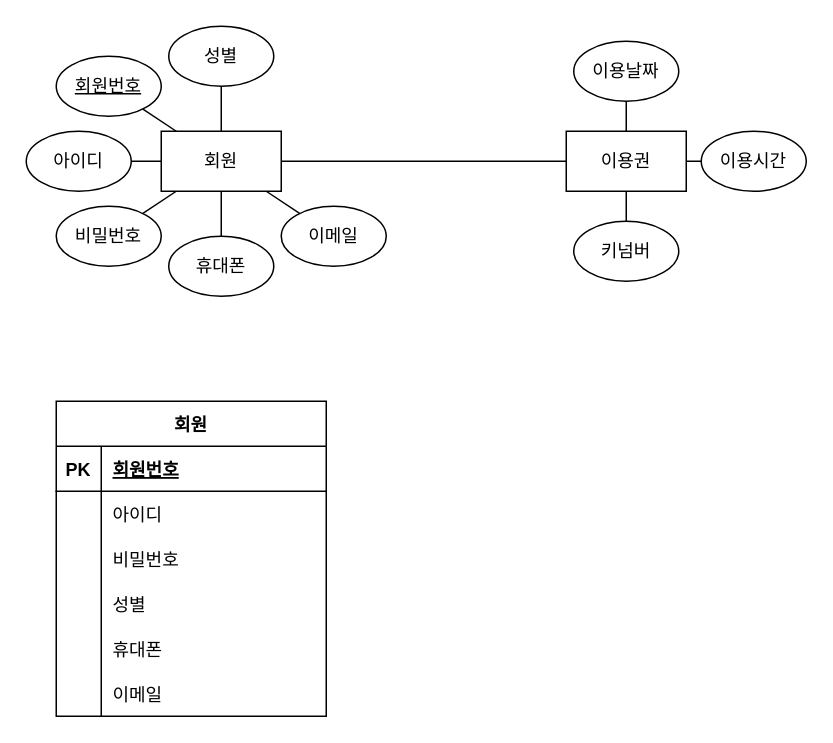
The draw.io diagram jstudy/src/db/제목 없는 다이어그램.drawio in woo00/java, before the edit. Source tidied: cells renumbered, new cells numbered last; positions are measured from the earlier drawing's top-left corner, leaving out a move shared by most shapes. Both pictures are drawn from the tidied source at 150%, with x=0, y=0 at pixel (26, 26).
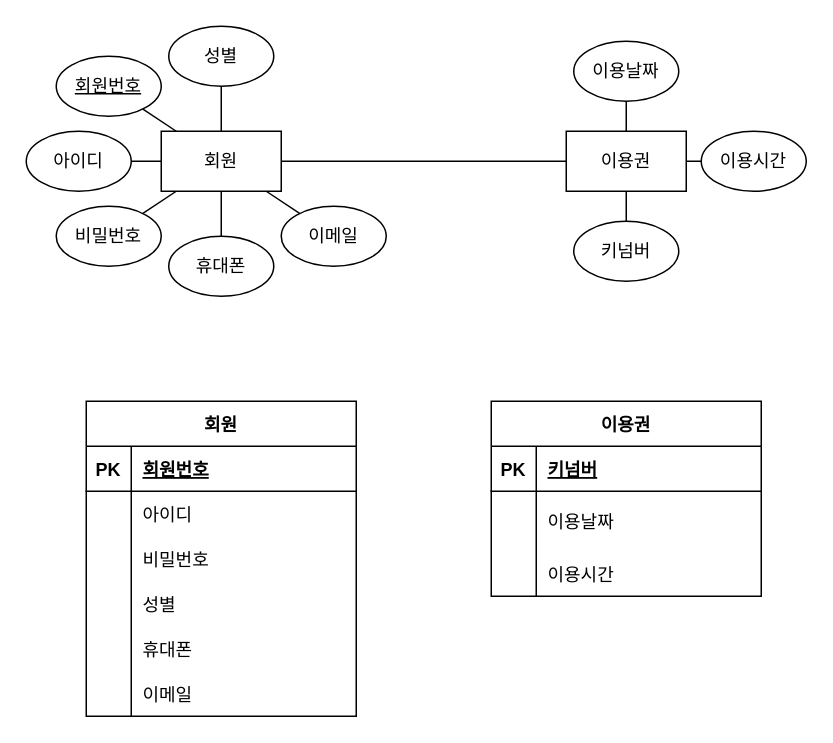
The same diagram, later.

Commit message:
제목 없는 다이어그램.drawio 업데이트

Change to the diagram source:
```diff
@@
     <mxCell id="23" value="회원" style="shape=table;startSize=30;childLayout=tableLayout;rowLines=0;fontStyle=1;align=center;" parent="1" vertex="1">
-      <mxGeometry x="20" y="250" width="180" height="210" as="geometry" />
+      <mxGeometry x="40" y="250" width="180" height="210" as="geometry" />
     </mxCell>
@@
+    <mxCell id="42" value="이용권" style="shape=table;startSize=30;childLayout=tableLayout;rowLines=0;fontStyle=1;align=center;" parent="1" vertex="1">
+      <mxGeometry x="310" y="250" width="180" height="130" as="geometry" />
+    </mxCell>
+    <mxCell id="43" style="shape=tableRow;horizontal=0;startSize=0;swimlaneHead=0;swimlaneBody=0;fillColor=none;top=0;left=0;right=0;bottom=1;" parent="42" vertex="1">
+      <mxGeometry y="30" width="180" height="30" as="geometry" />
+    </mxCell>
+    <mxCell id="44" value="PK" style="shape=partialRectangle;fillColor=none;top=0;left=0;bottom=0;right=0;fontStyle=1;overflow=hidden;" parent="43" vertex="1">
+      <mxGeometry width="30" height="30" as="geometry" />
+    </mxCell>
+    <mxCell id="45" value="키넘버" style="shape=partialRectangle;fillColor=none;top=0;left=0;bottom=0;right=0;align=left;spacingLeft=6;fontStyle=5;overflow=hidden;" parent="43" vertex="1">
+      <mxGeometry x="30" width="150" height="30" as="geometry" />
+    </mxCell>
+    <mxCell id="46" style="shape=tableRow;horizontal=0;startSize=0;swimlaneHead=0;swimlaneBody=0;fillColor=none;top=0;left=0;right=0;bottom=0;" parent="42" vertex="1">
+      <mxGeometry y="60" width="180" height="40" as="geometry" />
+    </mxCell>
+    <mxCell id="47" style="shape=partialRectangle;fillColor=none;top=0;left=0;bottom=0;right=0;overflow=hidden;" parent="46" vertex="1">
+      <mxGeometry width="30" height="40" as="geometry" />
+    </mxCell>
+    <mxCell id="48" value="이용날짜" style="shape=partialRectangle;fillColor=none;top=0;left=0;bottom=0;right=0;align=left;spacingLeft=6;overflow=hidden;" parent="46" vertex="1">
+      <mxGeometry x="30" width="150" height="40" as="geometry" />
+    </mxCell>
+    <mxCell id="49" style="shape=tableRow;horizontal=0;startSize=0;swimlaneHead=0;swimlaneBody=0;fillColor=none;top=0;left=0;right=0;bottom=0;" parent="42" vertex="1">
+      <mxGeometry y="100" width="180" height="30" as="geometry" />
+    </mxCell>
+    <mxCell id="50" style="shape=partialRectangle;fillColor=none;top=0;left=0;bottom=0;right=0;overflow=hidden;" parent="49" vertex="1">
+      <mxGeometry width="30" height="30" as="geometry" />
+    </mxCell>
+    <mxCell id="51" value="이용시간" style="shape=partialRectangle;fillColor=none;top=0;left=0;bottom=0;right=0;align=left;spacingLeft=6;overflow=hidden;" parent="49" vertex="1">
+      <mxGeometry x="30" width="150" height="30" as="geometry" />
+    </mxCell>
```
